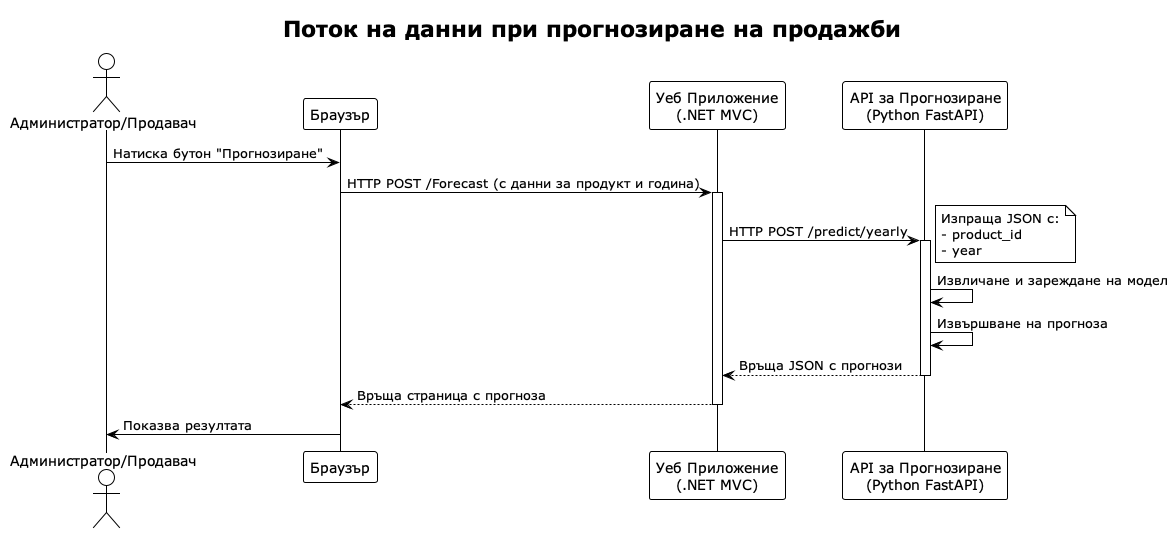
Before: Diagrams/out/5.System design/Forecast/Forecast.png, a diagram exported from PlantUML (Kras13/AutoParts_ShopAndForum).
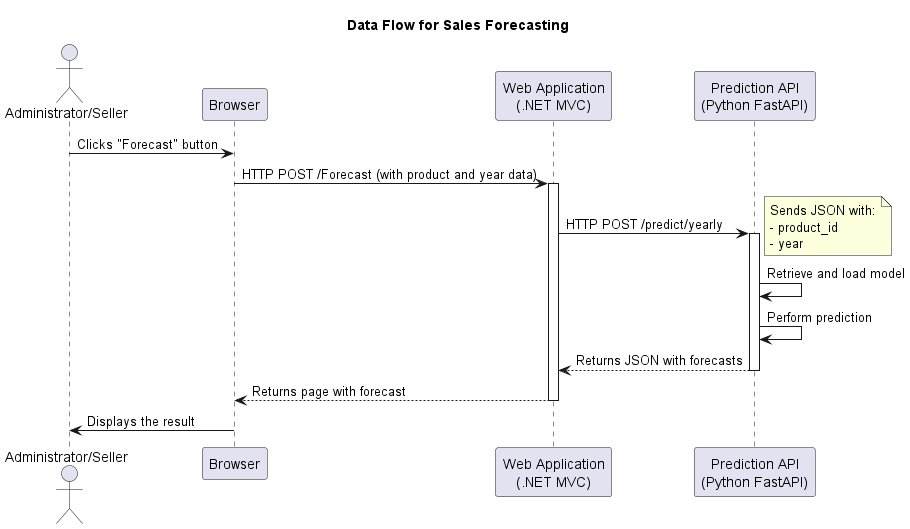
After the commit.

Diff of the diagram source:
```diff
@@ -1,31 +1,30 @@
-@startuml
-!theme plain
-title Поток на данни при прогнозиране на продажби
+@startuml Forecast
+title Data Flow for Sales Forecasting
 
-actor "Администратор/Продавач" as AdminOrSeller
-participant "Браузър" as Browser
-participant "Уеб Приложение\n(.NET MVC)" as WebApp
-participant "API за Прогнозиране\n(Python FastAPI)" as PredictionAPI
+actor "Administrator/Seller" as AdminOrSeller
+participant "Browser" as Browser
+participant "Web Application\n(.NET MVC)" as WebApp
+participant "Prediction API\n(Python FastAPI)" as PredictionAPI
 
-AdminOrSeller -> Browser : Натиска бутон "Прогнозиране"
-Browser -> WebApp : HTTP POST /Forecast (с данни за продукт и година)
+AdminOrSeller -> Browser : Clicks "Forecast" button
+Browser -> WebApp : HTTP POST /Forecast (with product and year data)
 activate WebApp
 
 WebApp -> PredictionAPI : HTTP POST /predict/yearly
 note right
-Изпраща JSON с:
+Sends JSON with:
 - product_id
 - year
 end note
 activate PredictionAPI
 
-PredictionAPI -> PredictionAPI : Извличане и зареждане на модел
-PredictionAPI -> PredictionAPI : Извършване на прогноза
-PredictionAPI --> WebApp : Връща JSON с прогнози
+PredictionAPI -> PredictionAPI : Retrieve and load model
+PredictionAPI -> PredictionAPI : Perform prediction
+PredictionAPI --> WebApp : Returns JSON with forecasts
 deactivate PredictionAPI
 
-WebApp --> Browser : Връща страница с прогноза
+WebApp --> Browser : Returns page with forecast
 deactivate WebApp
 
-Browser -> AdminOrSeller : Показва резултата
+Browser -> AdminOrSeller : Displays the result
 @enduml
```
